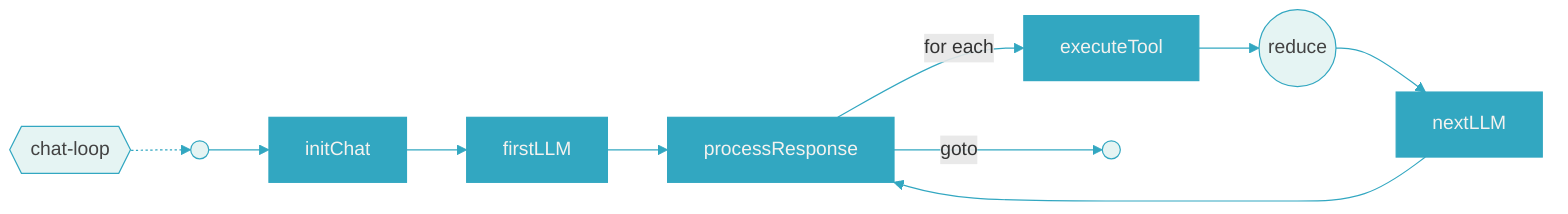
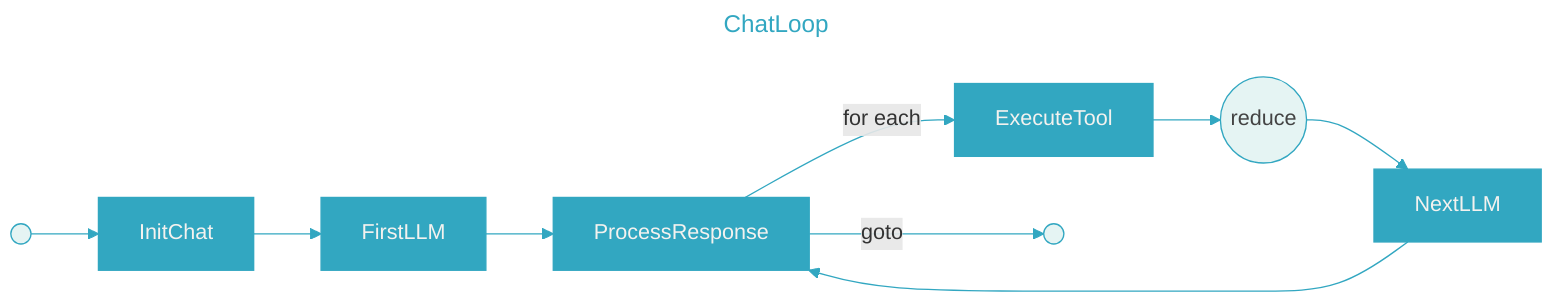
+ ---
+ title: "ChatLoop"
+ config:
+   themeCSS: ".flowchartTitleText { fill: #32a7c1; }"
+ ---
graph LR
    classDef task fill:#32a7c1,color:#f4f2ef,stroke:#32a7c1
    classDef term fill:#e5f4f3,color:#434343,stroke:#32a7c1
-     classDef note fill:none,stroke:none,color:#32a7c1,font-size:0.8em
    linkStyle default stroke:#32a7c1

-     _title{{"chat-loop"}}:::term -.-> _start
-     t0["initChat"]:::task
-     t1["firstLLM"]:::task
-     t2["nextLLM"]:::task
+     t0["InitChat"]:::task
+     t1["FirstLLM"]:::task
+     t2["NextLLM"]:::task
    t2_reduce(("reduce")):::term
    t2_reduce --> t2
-     t3["processResponse"]:::task
-     t4["executeTool"]:::task
+     t3["ProcessResponse"]:::task
+     t4["ExecuteTool"]:::task
    t0 --> t1
    t1 --> t3
    t3 -->|"for each"| t4
    t4 --> t2_reduce
    t2 --> t3
    _start(( )):::term --> t0
    t3 -->|"goto"| _end(( )):::term
